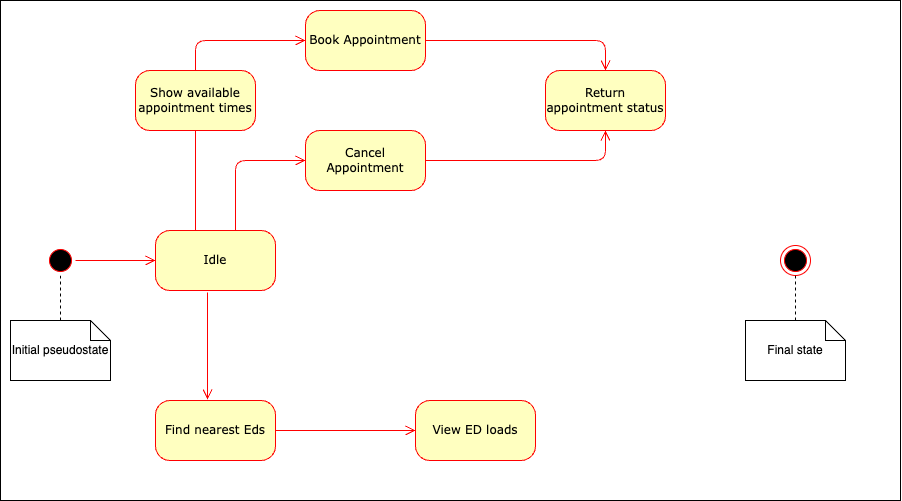
This is diagrams/appointment_booking.drawio.png from uvic-teach/project-m1-team6, a draw.io export, as it was before one commit. Source tidied: cells renumbered, new cells last; positions are measured from the earlier drawing's top-left corner, leaving out a move shared by most shapes. Its diagram source:
```xml
<mxGraphModel>
  <root>
    <mxCell id="0" />
    <mxCell id="1" parent="0" />
    <mxCell id="2" style="rounded=0;whiteSpace=wrap;html=1;" parent="1" vertex="1">
      <mxGeometry width="900" height="500" as="geometry" />
    </mxCell>
    <mxCell id="3" style="ellipse;html=1;shape=startState;fillColor=#000000;strokeColor=#ff0000;rounded=1;shadow=0;comic=0;labelBackgroundColor=none;fontFamily=Verdana;fontSize=12;fontColor=#000000;align=center;direction=south;" parent="1" vertex="1">
      <mxGeometry x="45" y="245" width="30" height="30" as="geometry" />
    </mxCell>
    <mxCell id="4" value="Find nearest Eds" style="rounded=1;whiteSpace=wrap;html=1;arcSize=24;fillColor=#ffffc0;strokeColor=#ff0000;shadow=0;comic=0;labelBackgroundColor=none;fontFamily=Verdana;fontSize=12;fontColor=#000000;align=center;" parent="1" vertex="1">
      <mxGeometry x="155" y="400" width="120" height="60" as="geometry" />
    </mxCell>
    <mxCell id="5" style="edgeStyle=orthogonalEdgeStyle;rounded=1;jettySize=auto;html=1;entryX=0;entryY=0.5;entryDx=0;entryDy=0;strokeColor=#FF0000;endArrow=open;endFill=0;endSize=8;" parent="1" edge="1" source="6" target="20">
      <mxGeometry relative="1" as="geometry">
        <Array as="points">
          <mxPoint x="235" y="160" />
        </Array>
      </mxGeometry>
    </mxCell>
    <mxCell id="6" value="Idle" style="rounded=1;whiteSpace=wrap;html=1;arcSize=24;fillColor=#ffffc0;strokeColor=#ff0000;shadow=0;comic=0;labelBackgroundColor=none;fontFamily=Verdana;fontSize=12;fontColor=#000000;align=center;" parent="1" vertex="1">
      <mxGeometry x="155" y="230" width="120" height="60" as="geometry" />
    </mxCell>
    <mxCell id="7" style="edgeStyle=orthogonalEdgeStyle;rounded=1;jettySize=auto;html=1;entryX=0.5;entryY=0;entryDx=0;entryDy=0;strokeColor=#FF0000;endArrow=open;endFill=0;endSize=8;" parent="1" edge="1" source="8" target="23">
      <mxGeometry relative="1" as="geometry" />
    </mxCell>
    <mxCell id="8" value="Book Appointment" style="rounded=1;whiteSpace=wrap;html=1;arcSize=24;fillColor=#ffffc0;strokeColor=#ff0000;shadow=0;comic=0;labelBackgroundColor=none;fontFamily=Verdana;fontSize=12;fontColor=#000000;align=center;" parent="1" vertex="1">
      <mxGeometry x="305" y="10" width="120" height="60" as="geometry" />
    </mxCell>
    <mxCell id="9" value="View ED loads" style="rounded=1;whiteSpace=wrap;html=1;arcSize=24;fillColor=#ffffc0;strokeColor=#ff0000;shadow=0;comic=0;labelBackgroundColor=none;fontFamily=Verdana;fontSize=12;fontColor=#000000;align=center;" parent="1" vertex="1">
      <mxGeometry x="415" y="400" width="120" height="60" as="geometry" />
    </mxCell>
    <mxCell id="10" style="edgeStyle=orthogonalEdgeStyle;html=1;labelBackgroundColor=none;endArrow=open;endSize=8;strokeColor=#ff0000;fontFamily=Verdana;fontSize=12;align=left;" parent="1" edge="1" source="3" target="6">
      <mxGeometry relative="1" as="geometry" />
    </mxCell>
    <mxCell id="11" style="edgeStyle=orthogonalEdgeStyle;html=1;labelBackgroundColor=none;endArrow=open;endSize=8;strokeColor=#ff0000;fontFamily=Verdana;fontSize=12;align=left;entryX=0.5;entryY=1;entryDx=0;entryDy=0;" parent="1" edge="1" source="6" target="22">
      <mxGeometry relative="1" as="geometry">
        <Array as="points">
          <mxPoint x="195" y="70" />
          <mxPoint x="195" y="70" />
        </Array>
      </mxGeometry>
    </mxCell>
    <mxCell id="12" style="edgeStyle=orthogonalEdgeStyle;html=1;labelBackgroundColor=none;endArrow=open;endSize=8;strokeColor=#ff0000;fontFamily=Verdana;fontSize=12;align=left;exitX=0.433;exitY=1.033;exitDx=0;exitDy=0;exitPerimeter=0;entryX=0.433;entryY=-0.017;entryDx=0;entryDy=0;entryPerimeter=0;" parent="1" edge="1" source="6" target="4">
      <mxGeometry relative="1" as="geometry" />
    </mxCell>
    <mxCell id="13" style="edgeStyle=orthogonalEdgeStyle;html=1;exitX=1;exitY=0.5;entryX=0;entryY=0.5;labelBackgroundColor=none;endArrow=open;endSize=8;strokeColor=#ff0000;fontFamily=Verdana;fontSize=12;align=left;" parent="1" edge="1" source="4" target="9">
      <mxGeometry relative="1" as="geometry" />
    </mxCell>
    <mxCell id="14" style="ellipse;html=1;shape=endState;fillColor=#000000;strokeColor=#ff0000;rounded=1;shadow=0;comic=0;labelBackgroundColor=none;fontFamily=Verdana;fontSize=12;fontColor=#000000;align=center;" parent="1" vertex="1">
      <mxGeometry x="780" y="245" width="30" height="30" as="geometry" />
    </mxCell>
    <mxCell id="15" style="edgeStyle=orthogonalEdgeStyle;rounded=0;jettySize=auto;html=1;dashed=1;endArrow=none;endFill=0;" parent="1" edge="1" source="16" target="3">
      <mxGeometry relative="1" as="geometry" />
    </mxCell>
    <mxCell id="16" value="Initial pseudostate" style="shape=note;size=20;whiteSpace=wrap;html=1;" parent="1" vertex="1">
      <mxGeometry x="10" y="320" width="100" height="60" as="geometry" />
    </mxCell>
    <mxCell id="17" style="edgeStyle=orthogonalEdgeStyle;rounded=0;jettySize=auto;html=1;endArrow=none;endFill=0;dashed=1;" parent="1" edge="1" source="18" target="14">
      <mxGeometry relative="1" as="geometry" />
    </mxCell>
    <mxCell id="18" value="Final state" style="shape=note;size=20;whiteSpace=wrap;html=1;" parent="1" vertex="1">
      <mxGeometry x="745" y="320" width="100" height="60" as="geometry" />
    </mxCell>
    <mxCell id="19" style="edgeStyle=orthogonalEdgeStyle;rounded=1;jettySize=auto;html=1;entryX=0.5;entryY=1;entryDx=0;entryDy=0;strokeColor=#FF0000;endArrow=open;endFill=0;endSize=8;" parent="1" edge="1" source="20" target="23">
      <mxGeometry relative="1" as="geometry" />
    </mxCell>
    <mxCell id="20" value="Cancel Appointment" style="rounded=1;whiteSpace=wrap;html=1;arcSize=24;fillColor=#ffffc0;strokeColor=#ff0000;shadow=0;comic=0;labelBackgroundColor=none;fontFamily=Verdana;fontSize=12;fontColor=#000000;align=center;" parent="1" vertex="1">
      <mxGeometry x="305" y="130" width="120" height="60" as="geometry" />
    </mxCell>
    <mxCell id="21" style="edgeStyle=orthogonalEdgeStyle;rounded=1;jettySize=auto;html=1;entryX=0;entryY=0.5;entryDx=0;entryDy=0;strokeColor=#FF0000;endArrow=open;endFill=0;endSize=8;" parent="1" edge="1" source="22" target="8">
      <mxGeometry relative="1" as="geometry">
        <Array as="points">
          <mxPoint x="195" y="40" />
        </Array>
      </mxGeometry>
    </mxCell>
    <mxCell id="22" value="Show available appointment times" style="rounded=1;whiteSpace=wrap;html=1;arcSize=24;fillColor=#ffffc0;strokeColor=#ff0000;shadow=0;comic=0;labelBackgroundColor=none;fontFamily=Verdana;fontSize=12;fontColor=#000000;align=center;" parent="1" vertex="1">
      <mxGeometry x="135" y="70" width="120" height="60" as="geometry" />
    </mxCell>
    <mxCell id="23" value="Return appointment status" style="rounded=1;whiteSpace=wrap;html=1;arcSize=24;fillColor=#ffffc0;strokeColor=#ff0000;shadow=0;comic=0;labelBackgroundColor=none;fontFamily=Verdana;fontSize=12;fontColor=#000000;align=center;" parent="1" vertex="1">
      <mxGeometry x="545" y="70" width="120" height="60" as="geometry" />
    </mxCell>
  </root>
</mxGraphModel>
```
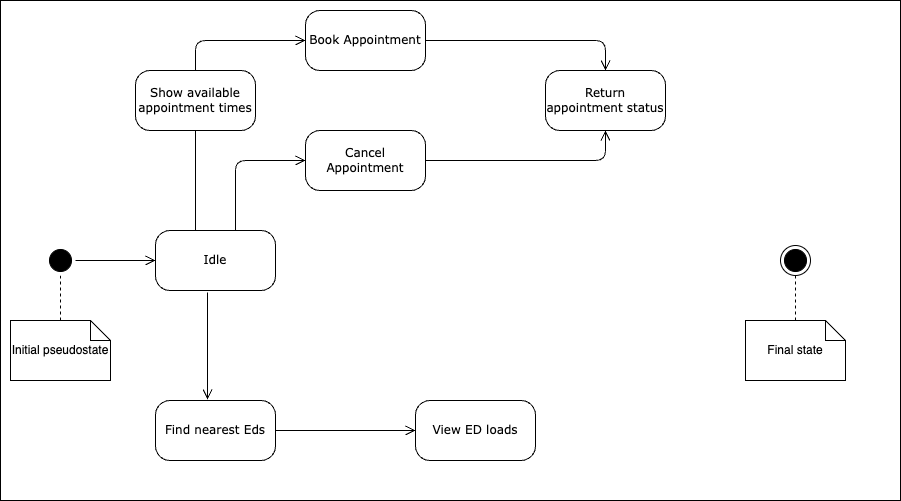
The same file after the commit.

The edit, as a diff of the source:
```diff
@@ -5,35 +5,35 @@
     <mxCell id="2" style="rounded=0;whiteSpace=wrap;html=1;" parent="1" vertex="1">
       <mxGeometry width="900" height="500" as="geometry" />
     </mxCell>
-    <mxCell id="3" style="ellipse;html=1;shape=startState;fillColor=#000000;strokeColor=#ff0000;rounded=1;shadow=0;comic=0;labelBackgroundColor=none;fontFamily=Verdana;fontSize=12;fontColor=#000000;align=center;direction=south;" parent="1" vertex="1">
+    <mxCell id="3" style="ellipse;html=1;shape=startState;fillColor=#000000;strokeColor=#000000;rounded=1;shadow=0;comic=0;labelBackgroundColor=none;fontFamily=Verdana;fontSize=12;fontColor=#000000;align=center;direction=south;" parent="1" vertex="1">
       <mxGeometry x="45" y="245" width="30" height="30" as="geometry" />
     </mxCell>
-    <mxCell id="4" value="Find nearest Eds" style="rounded=1;whiteSpace=wrap;html=1;arcSize=24;fillColor=#ffffc0;strokeColor=#ff0000;shadow=0;comic=0;labelBackgroundColor=none;fontFamily=Verdana;fontSize=12;fontColor=#000000;align=center;" parent="1" vertex="1">
+    <mxCell id="4" value="Find nearest Eds" style="rounded=1;whiteSpace=wrap;html=1;arcSize=24;shadow=0;comic=0;labelBackgroundColor=none;fontFamily=Verdana;fontSize=12;align=center;" parent="1" vertex="1">
       <mxGeometry x="155" y="400" width="120" height="60" as="geometry" />
     </mxCell>
-    <mxCell id="5" style="edgeStyle=orthogonalEdgeStyle;rounded=1;jettySize=auto;html=1;entryX=0;entryY=0.5;entryDx=0;entryDy=0;strokeColor=#FF0000;endArrow=open;endFill=0;endSize=8;" parent="1" edge="1" source="6" target="20">
+    <mxCell id="5" style="edgeStyle=orthogonalEdgeStyle;rounded=1;jettySize=auto;html=1;entryX=0;entryY=0.5;entryDx=0;entryDy=0;strokeColor=#000000;endArrow=open;endFill=0;endSize=8;" parent="1" edge="1" source="6" target="20">
       <mxGeometry relative="1" as="geometry">
         <Array as="points">
           <mxPoint x="235" y="160" />
         </Array>
       </mxGeometry>
     </mxCell>
-    <mxCell id="6" value="Idle" style="rounded=1;whiteSpace=wrap;html=1;arcSize=24;fillColor=#ffffc0;strokeColor=#ff0000;shadow=0;comic=0;labelBackgroundColor=none;fontFamily=Verdana;fontSize=12;fontColor=#000000;align=center;" parent="1" vertex="1">
+    <mxCell id="6" value="Idle" style="rounded=1;whiteSpace=wrap;html=1;arcSize=24;shadow=0;comic=0;labelBackgroundColor=none;fontFamily=Verdana;fontSize=12;align=center;" parent="1" vertex="1">
       <mxGeometry x="155" y="230" width="120" height="60" as="geometry" />
     </mxCell>
-    <mxCell id="7" style="edgeStyle=orthogonalEdgeStyle;rounded=1;jettySize=auto;html=1;entryX=0.5;entryY=0;entryDx=0;entryDy=0;strokeColor=#FF0000;endArrow=open;endFill=0;endSize=8;" parent="1" edge="1" source="8" target="23">
+    <mxCell id="7" style="edgeStyle=orthogonalEdgeStyle;rounded=1;jettySize=auto;html=1;entryX=0.5;entryY=0;entryDx=0;entryDy=0;strokeColor=#000000;endArrow=open;endFill=0;endSize=8;" parent="1" edge="1" source="8" target="23">
       <mxGeometry relative="1" as="geometry" />
     </mxCell>
-    <mxCell id="8" value="Book Appointment" style="rounded=1;whiteSpace=wrap;html=1;arcSize=24;fillColor=#ffffc0;strokeColor=#ff0000;shadow=0;comic=0;labelBackgroundColor=none;fontFamily=Verdana;fontSize=12;fontColor=#000000;align=center;" parent="1" vertex="1">
+    <mxCell id="8" value="Book Appointment" style="rounded=1;whiteSpace=wrap;html=1;arcSize=24;shadow=0;comic=0;labelBackgroundColor=none;fontFamily=Verdana;fontSize=12;align=center;" parent="1" vertex="1">
       <mxGeometry x="305" y="10" width="120" height="60" as="geometry" />
     </mxCell>
-    <mxCell id="9" value="View ED loads" style="rounded=1;whiteSpace=wrap;html=1;arcSize=24;fillColor=#ffffc0;strokeColor=#ff0000;shadow=0;comic=0;labelBackgroundColor=none;fontFamily=Verdana;fontSize=12;fontColor=#000000;align=center;" parent="1" vertex="1">
+    <mxCell id="9" value="View ED loads" style="rounded=1;whiteSpace=wrap;html=1;arcSize=24;shadow=0;comic=0;labelBackgroundColor=none;fontFamily=Verdana;fontSize=12;align=center;" parent="1" vertex="1">
       <mxGeometry x="415" y="400" width="120" height="60" as="geometry" />
     </mxCell>
-    <mxCell id="10" style="edgeStyle=orthogonalEdgeStyle;html=1;labelBackgroundColor=none;endArrow=open;endSize=8;strokeColor=#ff0000;fontFamily=Verdana;fontSize=12;align=left;" parent="1" edge="1" source="3" target="6">
+    <mxCell id="10" style="edgeStyle=orthogonalEdgeStyle;html=1;labelBackgroundColor=none;endArrow=open;endSize=8;strokeColor=#000000;fontFamily=Verdana;fontSize=12;align=left;" parent="1" edge="1" source="3" target="6">
       <mxGeometry relative="1" as="geometry" />
     </mxCell>
-    <mxCell id="11" style="edgeStyle=orthogonalEdgeStyle;html=1;labelBackgroundColor=none;endArrow=open;endSize=8;strokeColor=#ff0000;fontFamily=Verdana;fontSize=12;align=left;entryX=0.5;entryY=1;entryDx=0;entryDy=0;" parent="1" edge="1" source="6" target="22">
+    <mxCell id="11" style="edgeStyle=orthogonalEdgeStyle;html=1;labelBackgroundColor=none;endArrow=open;endSize=8;strokeColor=#000000;fontFamily=Verdana;fontSize=12;align=left;entryX=0.5;entryY=1;entryDx=0;entryDy=0;" parent="1" edge="1" source="6" target="22">
       <mxGeometry relative="1" as="geometry">
         <Array as="points">
           <mxPoint x="195" y="70" />
@@ -41,13 +41,13 @@
         </Array>
       </mxGeometry>
     </mxCell>
-    <mxCell id="12" style="edgeStyle=orthogonalEdgeStyle;html=1;labelBackgroundColor=none;endArrow=open;endSize=8;strokeColor=#ff0000;fontFamily=Verdana;fontSize=12;align=left;exitX=0.433;exitY=1.033;exitDx=0;exitDy=0;exitPerimeter=0;entryX=0.433;entryY=-0.017;entryDx=0;entryDy=0;entryPerimeter=0;" parent="1" edge="1" source="6" target="4">
+    <mxCell id="12" style="edgeStyle=orthogonalEdgeStyle;html=1;labelBackgroundColor=none;endArrow=open;endSize=8;strokeColor=#000000;fontFamily=Verdana;fontSize=12;align=left;exitX=0.433;exitY=1.033;exitDx=0;exitDy=0;exitPerimeter=0;entryX=0.433;entryY=-0.017;entryDx=0;entryDy=0;entryPerimeter=0;" parent="1" edge="1" source="6" target="4">
       <mxGeometry relative="1" as="geometry" />
     </mxCell>
-    <mxCell id="13" style="edgeStyle=orthogonalEdgeStyle;html=1;exitX=1;exitY=0.5;entryX=0;entryY=0.5;labelBackgroundColor=none;endArrow=open;endSize=8;strokeColor=#ff0000;fontFamily=Verdana;fontSize=12;align=left;" parent="1" edge="1" source="4" target="9">
+    <mxCell id="13" style="edgeStyle=orthogonalEdgeStyle;html=1;exitX=1;exitY=0.5;entryX=0;entryY=0.5;labelBackgroundColor=none;endArrow=open;endSize=8;strokeColor=#000000;fontFamily=Verdana;fontSize=12;align=left;" parent="1" edge="1" source="4" target="9">
       <mxGeometry relative="1" as="geometry" />
     </mxCell>
-    <mxCell id="14" style="ellipse;html=1;shape=endState;fillColor=#000000;strokeColor=#ff0000;rounded=1;shadow=0;comic=0;labelBackgroundColor=none;fontFamily=Verdana;fontSize=12;fontColor=#000000;align=center;" parent="1" vertex="1">
+    <mxCell id="14" style="ellipse;html=1;shape=endState;fillColor=#000000;strokeColor=#000000;rounded=1;shadow=0;comic=0;labelBackgroundColor=none;fontFamily=Verdana;fontSize=12;fontColor=#000000;align=center;" parent="1" vertex="1">
       <mxGeometry x="780" y="245" width="30" height="30" as="geometry" />
     </mxCell>
     <mxCell id="15" style="edgeStyle=orthogonalEdgeStyle;rounded=0;jettySize=auto;html=1;dashed=1;endArrow=none;endFill=0;" parent="1" edge="1" source="16" target="3">
@@ -62,23 +62,23 @@
     <mxCell id="18" value="Final state" style="shape=note;size=20;whiteSpace=wrap;html=1;" parent="1" vertex="1">
       <mxGeometry x="745" y="320" width="100" height="60" as="geometry" />
     </mxCell>
-    <mxCell id="19" style="edgeStyle=orthogonalEdgeStyle;rounded=1;jettySize=auto;html=1;entryX=0.5;entryY=1;entryDx=0;entryDy=0;strokeColor=#FF0000;endArrow=open;endFill=0;endSize=8;" parent="1" edge="1" source="20" target="23">
+    <mxCell id="19" style="edgeStyle=orthogonalEdgeStyle;rounded=1;jettySize=auto;html=1;entryX=0.5;entryY=1;entryDx=0;entryDy=0;strokeColor=#000000;endArrow=open;endFill=0;endSize=8;" parent="1" edge="1" source="20" target="23">
       <mxGeometry relative="1" as="geometry" />
     </mxCell>
-    <mxCell id="20" value="Cancel Appointment" style="rounded=1;whiteSpace=wrap;html=1;arcSize=24;fillColor=#ffffc0;strokeColor=#ff0000;shadow=0;comic=0;labelBackgroundColor=none;fontFamily=Verdana;fontSize=12;fontColor=#000000;align=center;" parent="1" vertex="1">
+    <mxCell id="20" value="Cancel Appointment" style="rounded=1;whiteSpace=wrap;html=1;arcSize=24;shadow=0;comic=0;labelBackgroundColor=none;fontFamily=Verdana;fontSize=12;align=center;" parent="1" vertex="1">
       <mxGeometry x="305" y="130" width="120" height="60" as="geometry" />
     </mxCell>
-    <mxCell id="21" style="edgeStyle=orthogonalEdgeStyle;rounded=1;jettySize=auto;html=1;entryX=0;entryY=0.5;entryDx=0;entryDy=0;strokeColor=#FF0000;endArrow=open;endFill=0;endSize=8;" parent="1" edge="1" source="22" target="8">
+    <mxCell id="21" style="edgeStyle=orthogonalEdgeStyle;rounded=1;jettySize=auto;html=1;entryX=0;entryY=0.5;entryDx=0;entryDy=0;strokeColor=#000000;endArrow=open;endFill=0;endSize=8;" parent="1" edge="1" source="22" target="8">
       <mxGeometry relative="1" as="geometry">
         <Array as="points">
           <mxPoint x="195" y="40" />
         </Array>
       </mxGeometry>
     </mxCell>
-    <mxCell id="22" value="Show available appointment times" style="rounded=1;whiteSpace=wrap;html=1;arcSize=24;fillColor=#ffffc0;strokeColor=#ff0000;shadow=0;comic=0;labelBackgroundColor=none;fontFamily=Verdana;fontSize=12;fontColor=#000000;align=center;" parent="1" vertex="1">
+    <mxCell id="22" value="Show available appointment times" style="rounded=1;whiteSpace=wrap;html=1;arcSize=24;shadow=0;comic=0;labelBackgroundColor=none;fontFamily=Verdana;fontSize=12;align=center;" parent="1" vertex="1">
       <mxGeometry x="135" y="70" width="120" height="60" as="geometry" />
     </mxCell>
-    <mxCell id="23" value="Return appointment status" style="rounded=1;whiteSpace=wrap;html=1;arcSize=24;fillColor=#ffffc0;strokeColor=#ff0000;shadow=0;comic=0;labelBackgroundColor=none;fontFamily=Verdana;fontSize=12;fontColor=#000000;align=center;" parent="1" vertex="1">
+    <mxCell id="23" value="Return appointment status" style="rounded=1;whiteSpace=wrap;html=1;arcSize=24;shadow=0;comic=0;labelBackgroundColor=none;fontFamily=Verdana;fontSize=12;align=center;" parent="1" vertex="1">
       <mxGeometry x="545" y="70" width="120" height="60" as="geometry" />
     </mxCell>
   </root>
```
